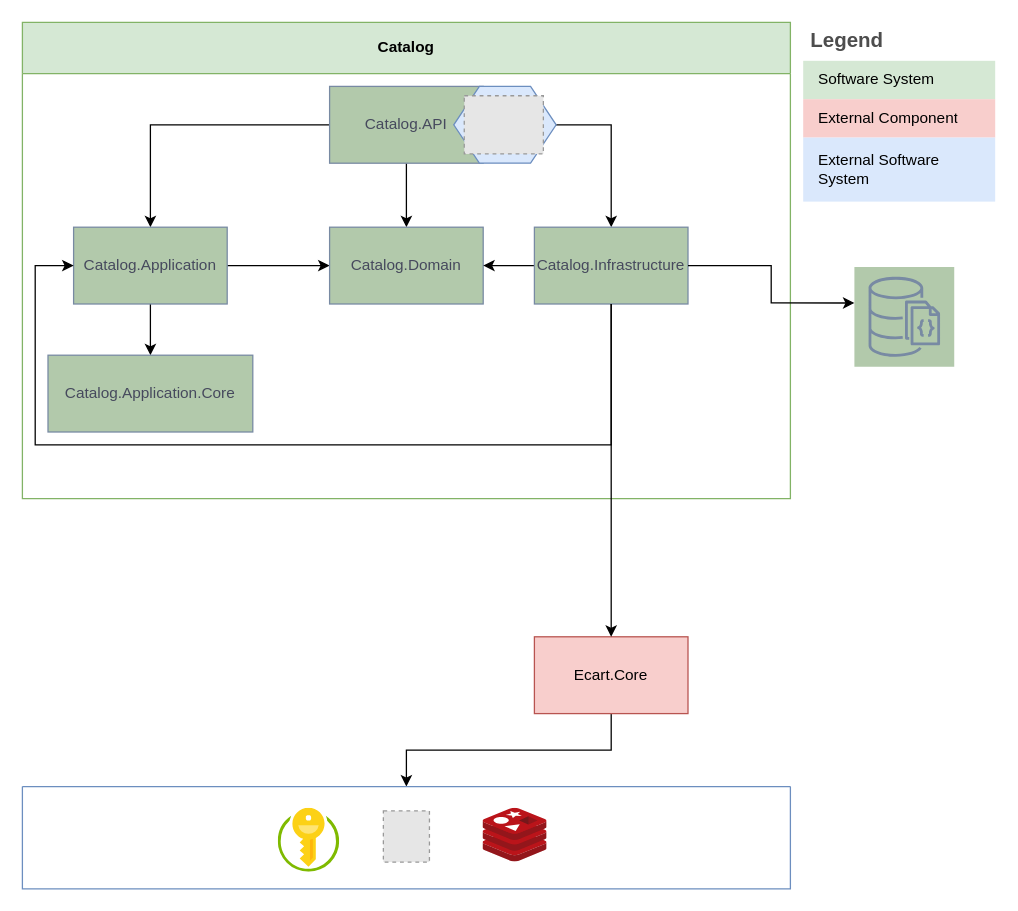
VikashChauhan51/catalog keeps this draw.io diagram as docs/Catalog.drawio. Above is the earlier version. Source tidied: cells renumbered, new cells numbered last; positions are measured from the earlier drawing's top-left corner, leaving out a move shared by most shapes. Both pictures are drawn from the tidied source at 128%, with x=0, y=0 at pixel (22, 22). Pictures stored in the file or linked from it are replaced by grey dashed boxes.
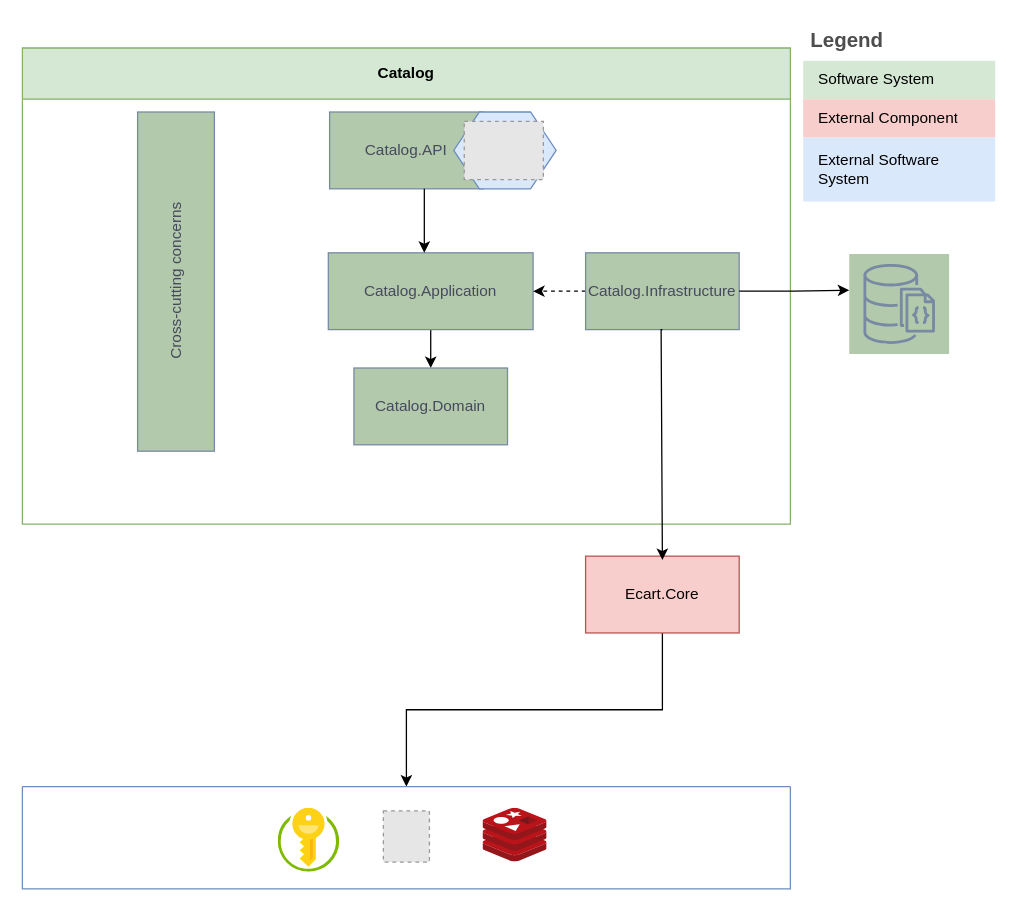
After the change.

Unchanged cells that the change refers to:
```xml
<mxCell id="7" value="Catalog.API" style="rounded=0;whiteSpace=wrap;html=1;labelBackgroundColor=none;fillColor=#B2C9AB;strokeColor=#788AA3;fontColor=#46495D;" parent="3" vertex="1">
  <mxGeometry x="240" y="50" width="120" height="60" as="geometry" />
</mxCell>
```

The edit, as a diff of the source:
```diff
@@
     <mxCell id="2" style="sketch=0;points=[[0,0,0],[0.25,0,0],[0.5,0,0],[0.75,0,0],[1,0,0],[0,1,0],[0.25,1,0],[0.5,1,0],[0.75,1,0],[1,1,0],[0,0.25,0],[0,0.5,0],[0,0.75,0],[1,0.25,0],[1,0.5,0],[1,0.75,0]];outlineConnect=0;fontColor=#46495D;fillColor=#B2C9AB;strokeColor=#788AA3;dashed=0;verticalLabelPosition=bottom;verticalAlign=top;align=center;html=1;fontSize=12;fontStyle=0;shape=mxgraph.aws4.resourceIcon;resIcon=mxgraph.aws4.documentdb_with_mongodb_compatibility;labelBackgroundColor=none;" parent="1" vertex="1">
-      <mxGeometry x="650" y="191" width="78" height="78" as="geometry" />
+      <mxGeometry x="646" y="181" width="78" height="78" as="geometry" />
     </mxCell>
     <mxCell id="3" value="Catalog" style="swimlane;whiteSpace=wrap;html=1;fillColor=#d5e8d4;strokeColor=#82b366;startSize=40;" parent="1" vertex="1">
-      <mxGeometry width="600" height="372" as="geometry" />
+      <mxGeometry y="20" width="600" height="372" as="geometry" />
     </mxCell>
-    <mxCell id="4" style="edgeStyle=orthogonalEdgeStyle;rounded=0;jettySize=auto;html=1;entryX=0.5;entryY=0;entryDx=0;entryDy=0;" parent="3" edge="1" source="7" target="13">
-      <mxGeometry relative="1" as="geometry" />
-    </mxCell>
-    <mxCell id="5" style="edgeStyle=orthogonalEdgeStyle;rounded=0;jettySize=auto;html=1;" parent="3" edge="1" source="7" target="11">
-      <mxGeometry relative="1" as="geometry" />
-    </mxCell>
-    <mxCell id="6" style="edgeStyle=orthogonalEdgeStyle;rounded=0;jettySize=auto;html=1;entryX=0.5;entryY=0;entryDx=0;entryDy=0;" parent="3" edge="1" source="7" target="10">
-      <mxGeometry relative="1" as="geometry" />
-    </mxCell>
@@
-    <mxCell id="9" style="edgeStyle=orthogonalEdgeStyle;rounded=0;jettySize=auto;html=1;" parent="3" edge="1" source="10" target="16">
-      <mxGeometry relative="1" as="geometry" />
-    </mxCell>
     <mxCell id="10" value="Catalog.Application" style="rounded=0;whiteSpace=wrap;html=1;labelBackgroundColor=none;fillColor=#B2C9AB;strokeColor=#788AA3;fontColor=#46495D;" parent="3" vertex="1">
-      <mxGeometry x="40" y="160" width="120" height="60" as="geometry" />
+      <mxGeometry x="239" y="160" width="160" height="60" as="geometry" />
     </mxCell>
     <mxCell id="11" value="Catalog.Domain" style="rounded=0;whiteSpace=wrap;html=1;labelBackgroundColor=none;fillColor=#B2C9AB;strokeColor=#788AA3;fontColor=#46495D;" parent="3" vertex="1">
-      <mxGeometry x="240" y="160" width="120" height="60" as="geometry" />
+      <mxGeometry x="259" y="250" width="120" height="60" as="geometry" />
     </mxCell>
-    <mxCell id="12" style="edgeStyle=orthogonalEdgeStyle;rounded=0;jettySize=auto;html=1;entryX=1;entryY=0.5;entryDx=0;entryDy=0;" parent="3" edge="1" source="13" target="11">
-      <mxGeometry relative="1" as="geometry" />
-    </mxCell>
+    <mxCell id="17" style="edgeStyle=orthogonalEdgeStyle;rounded=0;jettySize=auto;html=1;dashed=1;" parent="3" edge="1" source="13" target="10">
+      <mxGeometry relative="1" as="geometry" />
+    </mxCell>
     <mxCell id="13" value="Catalog.Infrastructure" style="rounded=0;whiteSpace=wrap;html=1;labelBackgroundColor=none;fillColor=#B2C9AB;strokeColor=#788AA3;fontColor=#46495D;" parent="3" vertex="1">
-      <mxGeometry x="400" y="160" width="120" height="60" as="geometry" />
+      <mxGeometry x="440" y="160" width="120" height="60" as="geometry" />
     </mxCell>
@@
-    <mxCell id="16" value="Catalog.Application.Core" style="rounded=0;whiteSpace=wrap;html=1;labelBackgroundColor=none;fillColor=#B2C9AB;strokeColor=#788AA3;fontColor=#46495D;" parent="3" vertex="1">
-      <mxGeometry x="20" y="260" width="160" height="60" as="geometry" />
-    </mxCell>
-    <mxCell id="17" style="edgeStyle=orthogonalEdgeStyle;rounded=0;jettySize=auto;html=1;entryX=0;entryY=0.5;entryDx=0;entryDy=0;" parent="3" edge="1" source="13" target="10">
-      <mxGeometry relative="1" as="geometry">
-        <Array as="points">
-          <mxPoint x="460" y="330" />
-          <mxPoint x="10" y="330" />
-          <mxPoint x="10" y="190" />
-        </Array>
-      </mxGeometry>
-    </mxCell>
+    <mxCell id="33" style="edgeStyle=orthogonalEdgeStyle;rounded=0;orthogonalLoop=1;jettySize=auto;html=1;" parent="3" edge="1">
+      <mxGeometry relative="1" as="geometry">
+        <mxPoint x="314" y="110" as="sourcePoint" />
+        <mxPoint x="314" y="160" as="targetPoint" />
+      </mxGeometry>
+    </mxCell>
+    <mxCell id="34" value="Cross-cutting concerns" style="rounded=0;whiteSpace=wrap;html=1;labelBackgroundColor=none;fillColor=#B2C9AB;strokeColor=#788AA3;fontColor=#46495D;rotation=-90;" parent="3" vertex="1">
+      <mxGeometry x="-12.5" y="152.5" width="265" height="60" as="geometry" />
+    </mxCell>
@@
     <mxCell id="19" value="Ecart.Core" style="rounded=0;whiteSpace=wrap;html=1;labelBackgroundColor=none;fillColor=#f8cecc;strokeColor=#b85450;" parent="1" vertex="1">
-      <mxGeometry x="400" y="480" width="120" height="60" as="geometry" />
+      <mxGeometry x="440" y="417" width="120" height="60" as="geometry" />
     </mxCell>
-    <mxCell id="20" style="edgeStyle=orthogonalEdgeStyle;rounded=0;jettySize=auto;html=1;" parent="1" edge="1" source="13" target="19">
+    <mxCell id="20" style="edgeStyle=orthogonalEdgeStyle;rounded=0;jettySize=auto;html=1;exitX=0.5;exitY=1;exitDx=0;exitDy=0;" parent="1" edge="1" source="13">
       <mxGeometry relative="1" as="geometry">
+        <mxPoint x="500" y="420" as="targetPoint" />
         <Array as="points">
-          <mxPoint x="460" y="370" />
-          <mxPoint x="460" y="370" />
+          <mxPoint x="499" y="240" />
         </Array>
       </mxGeometry>
     </mxCell>
```
